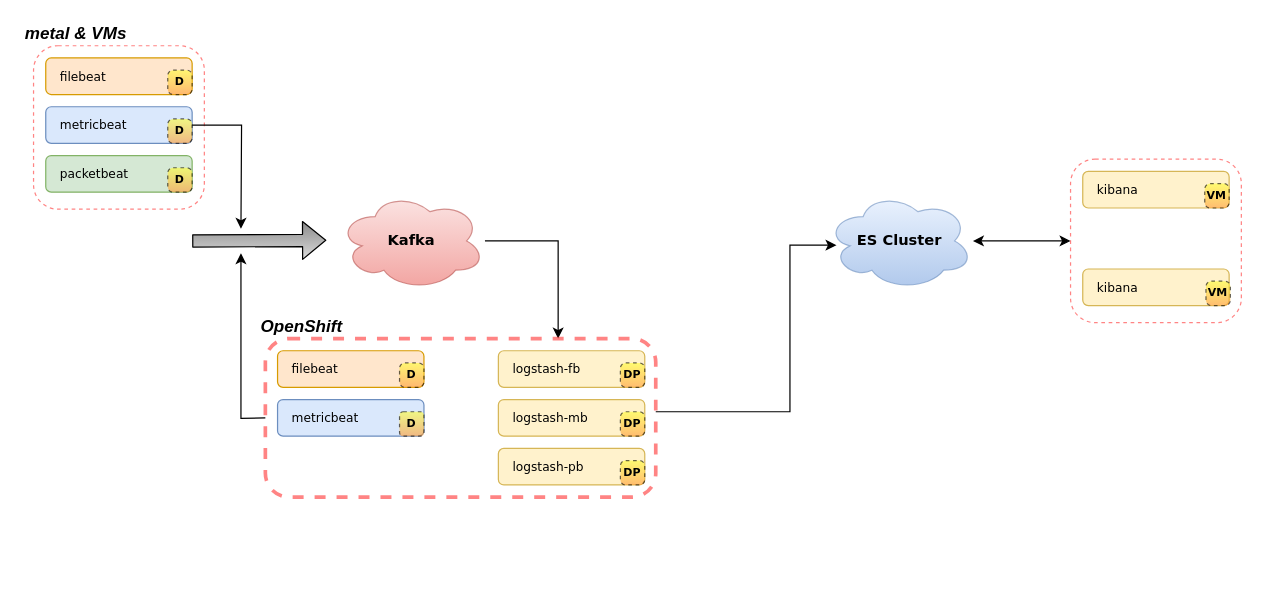
Before: architecture/elasticsearch/belk_kafka_k8s_w_logstash.drawio in slmingol/diagram_assets, a draw.io diagram. Source tidied: cells renumbered, new cells numbered last; positions are measured from the earlier drawing's top-left corner, leaving out a move shared by most shapes. Both pictures are drawn from the tidied source at 122%, with x=0, y=0 at pixel (21, 21).
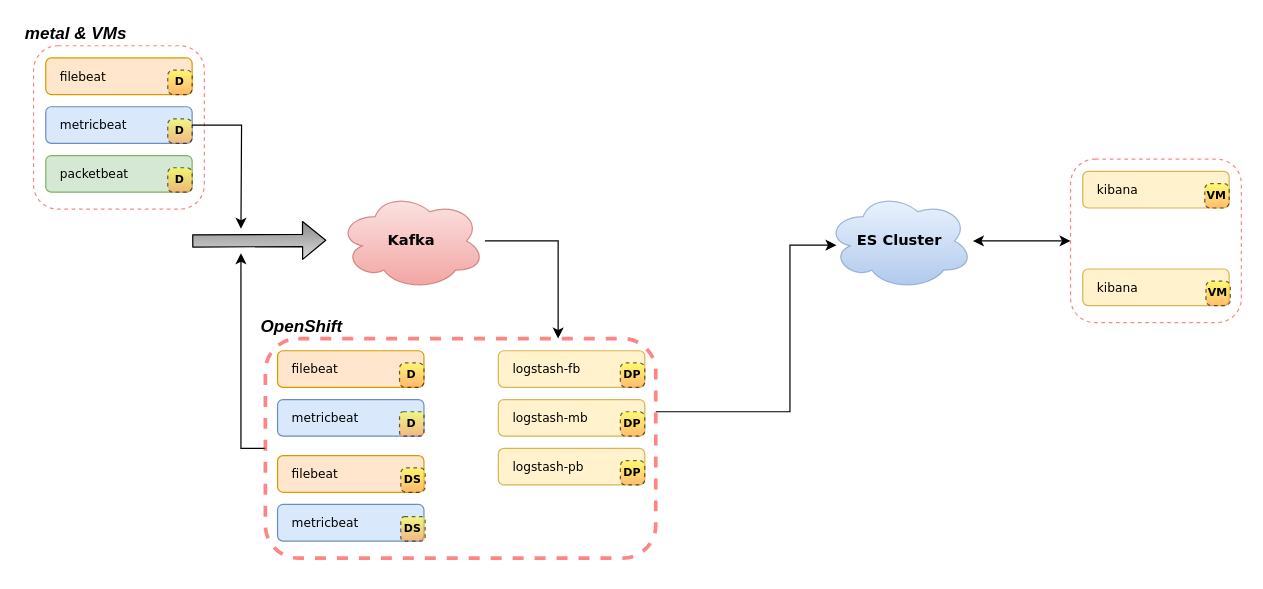
The same page after the edit.

The edit, as a diff of the source:
```diff
@@
-    <mxCell id="24" style="edgeStyle=orthogonalEdgeStyle;rounded=0;orthogonalLoop=1;jettySize=auto;html=1;startArrow=none;startFill=0;fillColor=#8A8A8A;gradientColor=#DBDBDB;fontSize=14;" parent="1" edge="1">
+    <mxCell id="24" style="edgeStyle=orthogonalEdgeStyle;rounded=0;jettySize=auto;html=1;startArrow=none;startFill=0;fillColor=#8A8A8A;gradientColor=#DBDBDB;fontSize=14;exitX=0;exitY=0.5;exitDx=0;exitDy=0;" parent="1" edge="1" source="26">
       <mxGeometry relative="1" as="geometry">
-        <mxPoint x="200" y="325" as="sourcePoint" />
         <mxPoint x="180" y="190" as="targetPoint" />
       </mxGeometry>
     </mxCell>
@@
     <mxCell id="26" style="rounded=1;whiteSpace=wrap;html=1;strokeColor=#FF3333;strokeWidth=3;fillColor=none;fontFamily=Verdana;fontSize=10;opacity=60;align=left;dashed=1;" parent="1" vertex="1">
-      <mxGeometry x="200" y="260" width="320" height="130" as="geometry" />
+      <mxGeometry x="200" y="260" width="320" height="180" as="geometry" />
     </mxCell>
@@
+    <mxCell id="39" style="group;" parent="1" vertex="1">
+      <mxGeometry x="210" y="356" width="121" height="70" as="geometry" />
+    </mxCell>
+    <mxCell id="40" value="filebeat" style="rounded=1;whiteSpace=wrap;html=1;strokeColor=#d79b00;strokeWidth=1;fillColor=#ffe6cc;fontFamily=Verdana;fontSize=10;align=left;spacingLeft=10;" parent="39" vertex="1">
+      <mxGeometry width="120" height="30" as="geometry" />
+    </mxCell>
+    <mxCell id="41" value="metricbeat" style="rounded=1;whiteSpace=wrap;html=1;strokeColor=#6c8ebf;strokeWidth=1;fillColor=#dae8fc;fontFamily=Verdana;fontSize=10;align=left;spacingLeft=10;" parent="39" vertex="1">
+      <mxGeometry y="40" width="120" height="30" as="geometry" />
+    </mxCell>
+    <mxCell id="42" value="DS" style="rounded=1;whiteSpace=wrap;html=1;fontSize=9;fontStyle=1;gradientColor=#FF9933;fillColor=#FFFF33;fontFamily=Verdana;dashed=1;opacity=60;arcSize=22;" parent="39" vertex="1">
+      <mxGeometry x="101" y="10" width="20" height="20" as="geometry" />
+    </mxCell>
+    <mxCell id="43" value="DS" style="rounded=1;whiteSpace=wrap;html=1;fontSize=9;fontStyle=1;gradientColor=#FF9933;fillColor=#FFFF33;fontFamily=Verdana;dashed=1;opacity=60;" parent="39" vertex="1">
+      <mxGeometry x="101" y="50" width="20" height="20" as="geometry" />
+    </mxCell>
```
